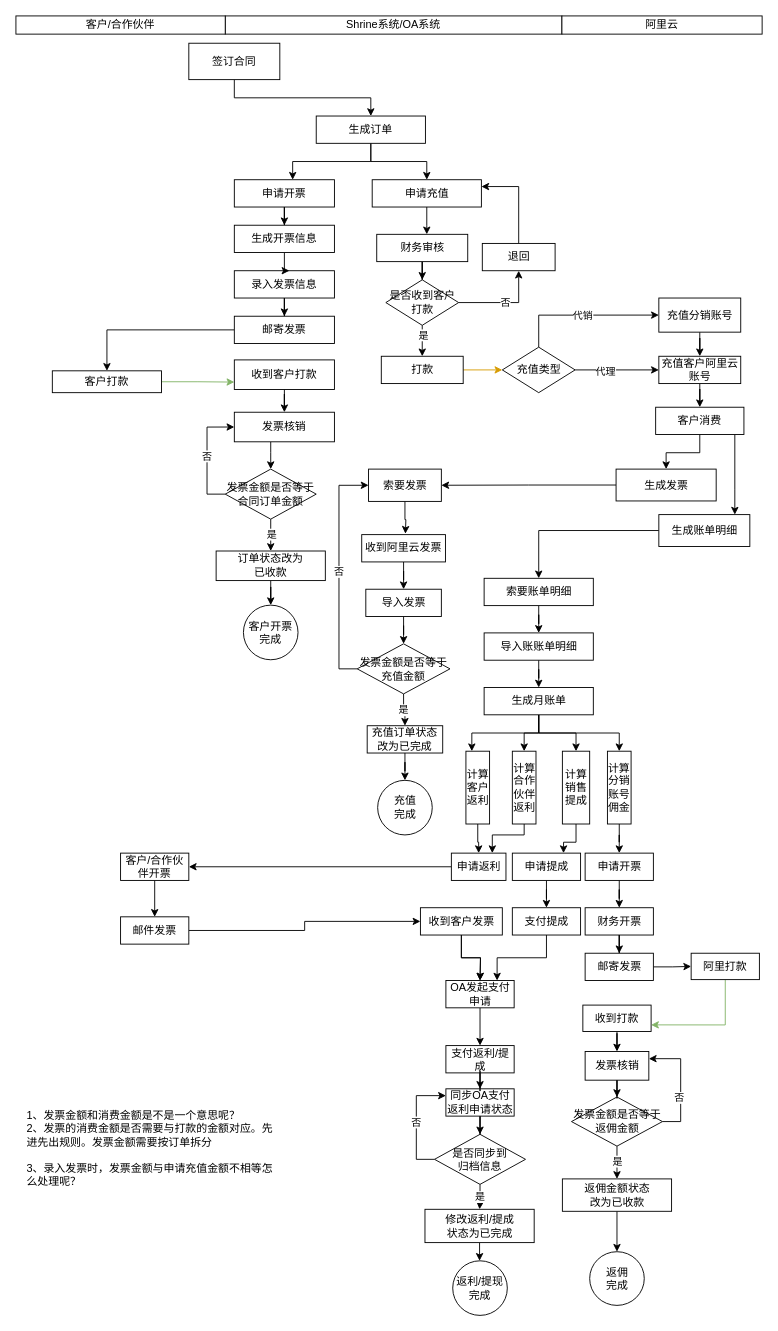
Above: page "云资源业务总体流程" (1 of 3) of shrine-doc/云资源业务流程.drawio in easefulfil/CLOUDCARE (draw.io), before the change. Source tidied: cells renumbered, new cells numbered last; positions are measured from the earlier drawing's top-left corner, leaving out a move shared by most shapes. Both pictures are drawn from the tidied source at 91%, with x=0, y=0 at pixel (15, 15).
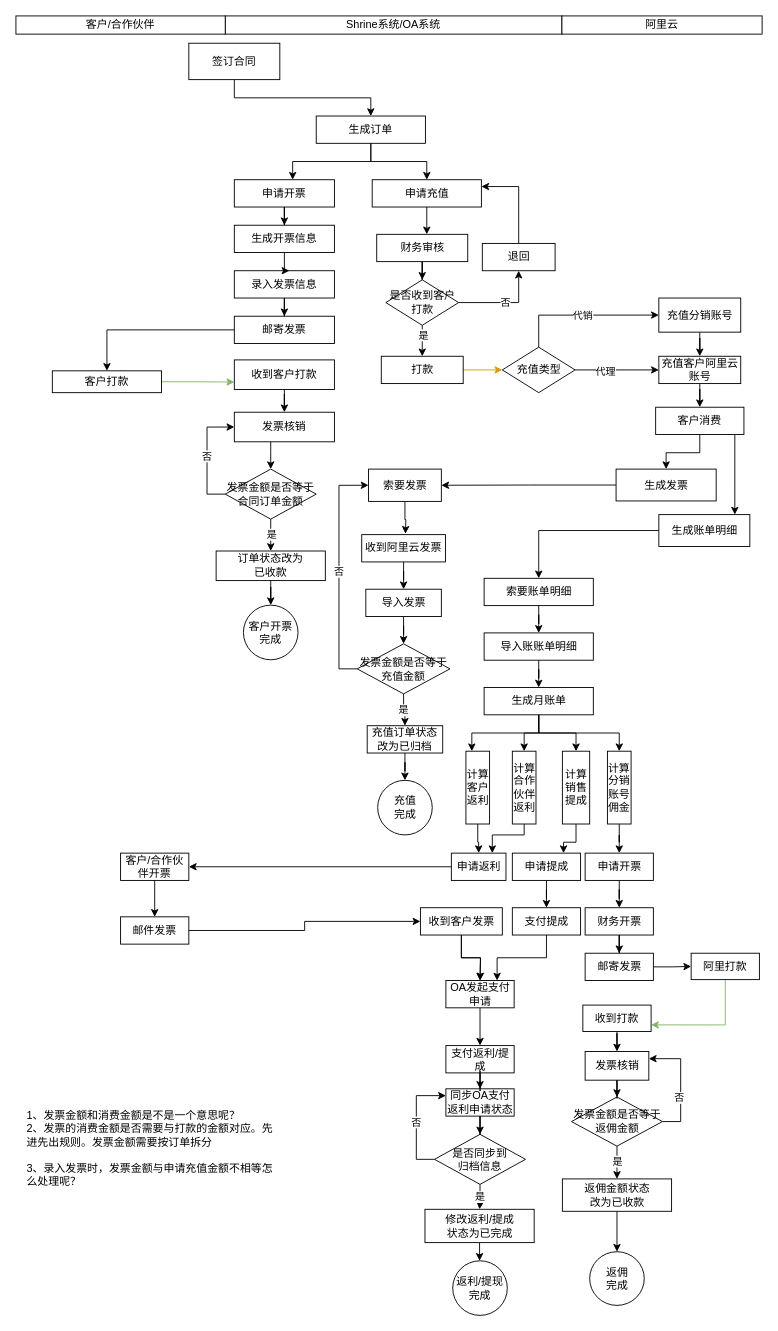
The same page after the edit.

Change to the diagram source:
```diff
@@
-    <mxCell id="123" value="充值订单状态改为已完成" style="rounded=0;whiteSpace=wrap;html=1;" parent="1" vertex="1">
+    <mxCell id="123" value="充值订单状态改为已归档" style="rounded=0;whiteSpace=wrap;html=1;" parent="1" vertex="1">
       <mxGeometry x="386" y="780" width="83" height="30" as="geometry" />
     </mxCell>
```
